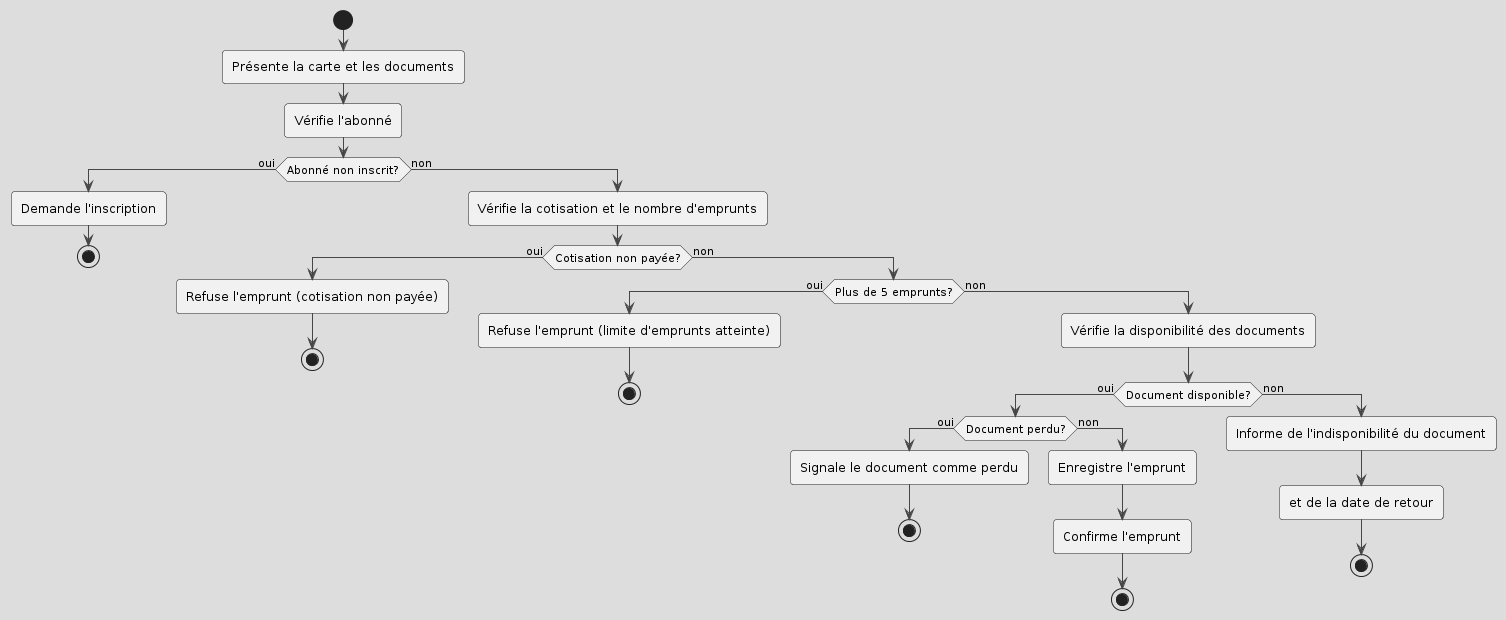
clemence95/CDA24178 keeps this PlantUML diagram as asset/diagramme_activite.png. Above is the earlier version.
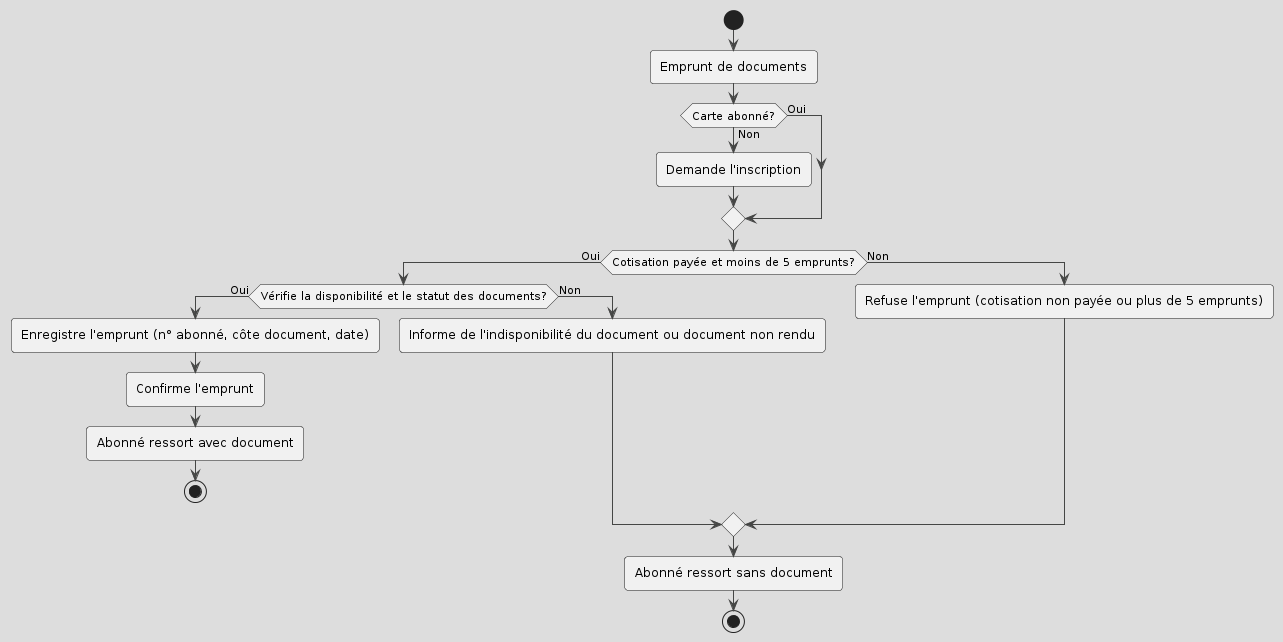
After the change.

Change to the diagram source:
```diff
@@ -2,37 +2,26 @@
 !theme toy
 
 start
-:Présente la carte et les documents;
-:Vérifie l'abonné;
-if (Abonné non inscrit?) then (oui)
-  :Demande l'inscription;
-  stop
-else (non)
-  :Vérifie la cotisation et le nombre d'emprunts;
-  if (Cotisation non payée?) then (oui)
-    :Refuse l'emprunt (cotisation non payée);
-    stop
-  else (non)
-    if (Plus de 5 emprunts?) then (oui)
-      :Refuse l'emprunt (limite d'emprunts atteinte);
-      stop
-    else (non)
-      :Vérifie la disponibilité des documents;
-      if (Document disponible?) then (oui)
-        if (Document perdu?) then (oui)
-          :Signale le document comme perdu;
-          stop
-        else (non)
-          :Enregistre l'emprunt;
-          :Confirme l'emprunt;
-          stop
-        endif
-      else (non)
-        :Informe de l'indisponibilité du document;
-        :et de la date de retour;
+
+:Emprunt de documents;
+
+if (Carte abonné?) then (Oui)
+else (Non)
+    :Demande l'inscription;
+endif
+
+if (Cotisation payée et moins de 5 emprunts?) then (Oui)
+    if (Vérifie la disponibilité et le statut des documents?) then (Oui)
+        :Enregistre l'emprunt (n° abonné, côte document, date);
+        :Confirme l'emprunt;
+        :Abonné ressort avec document;
         stop
-      endif
+    else (Non)
+        :Informe de l'indisponibilité du document ou document non rendu;
     endif
-  endif
+else (Non)
+    :Refuse l'emprunt (cotisation non payée ou plus de 5 emprunts);
 endif
+ :Abonné ressort sans document;
+stop
 @enduml
```
